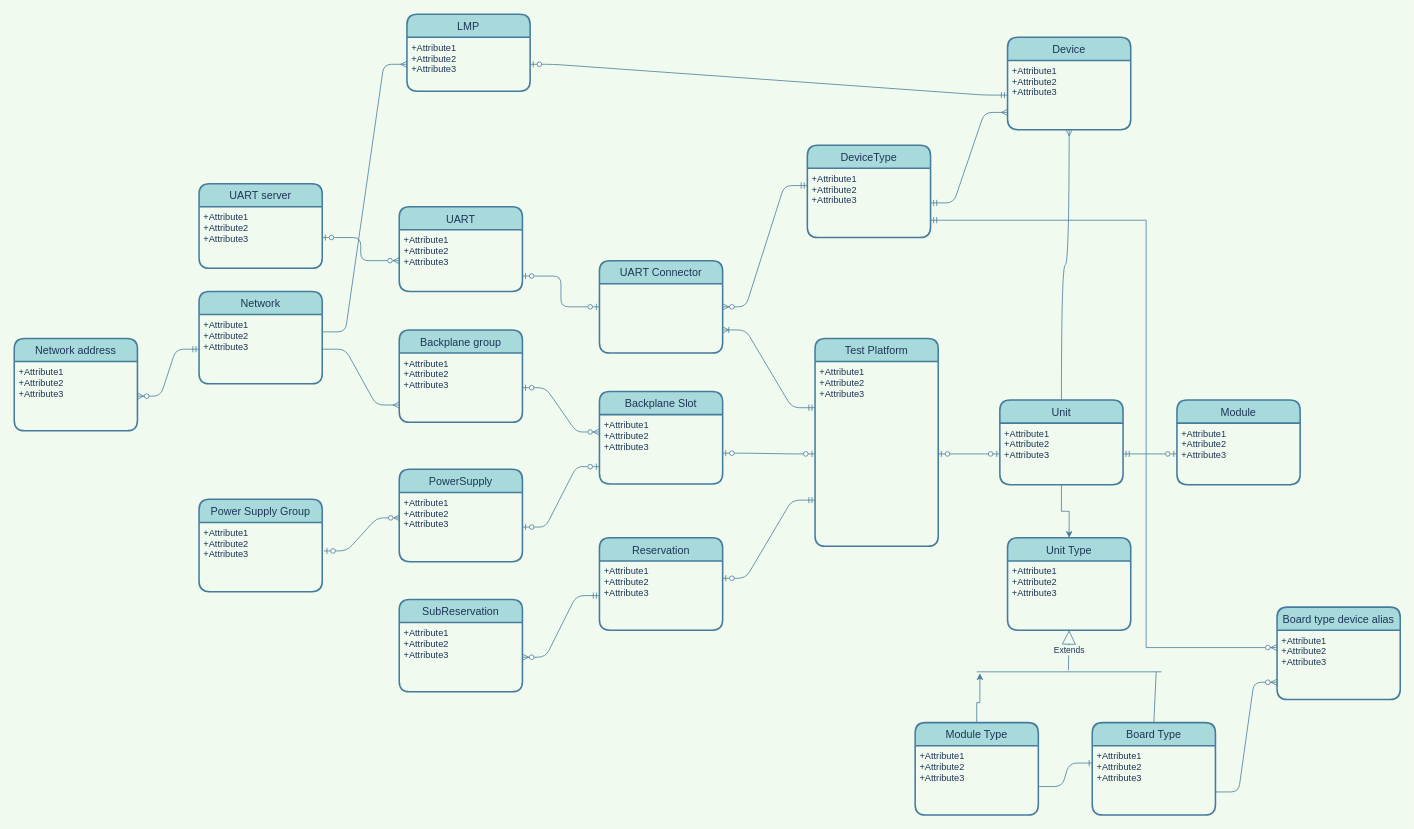
cygerior/LabManager keeps this draw.io diagram as page "Page-1" (1 of 2) of ConfManager/models/PlatformConfig.drawio. Above is the earlier version. Source tidied: cells renumbered, new cells numbered last; positions are measured from the earlier drawing's top-left corner, leaving out a move shared by most shapes. Both pictures are drawn from the tidied source at 77%, with x=0, y=0 at pixel (14, 14).
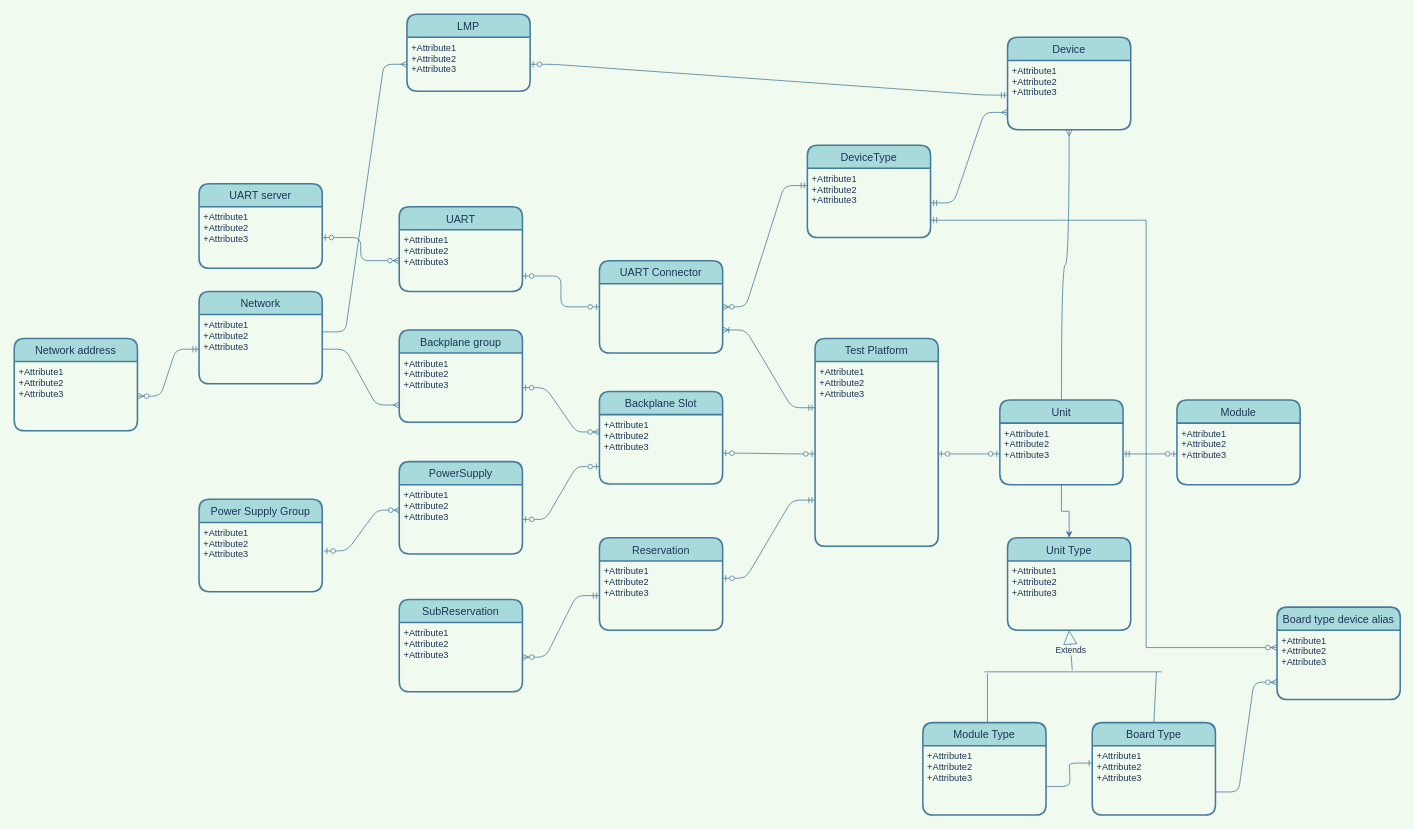
The same diagram, later.

The edit, as a diff of the source:
```diff
@@
     <mxCell id="13" value="PowerSupply" style="swimlane;horizontal=1;startSize=30;rounded=1;fontSize=14;fontStyle=0;strokeWidth=2;shadow=0;dashed=0;align=center;fillColor=#A8DADC;strokeColor=#457B9D;fontColor=#1D3557;" parent="1" vertex="1">
-      <mxGeometry x="500" y="591" width="160" height="120" as="geometry" />
+      <mxGeometry x="500" y="581" width="160" height="120" as="geometry" />
     </mxCell>
@@
     <mxCell id="51" style="line;strokeWidth=1;fillColor=none;align=left;verticalAlign=middle;spacingTop=-1;spacingLeft=3;spacingRight=3;labelPosition=right;points=[];portConstraint=eastwest;labelBackgroundColor=#F1FAEE;strokeColor=#457B9D;fontColor=#1D3557;" parent="1" vertex="1">
-      <mxGeometry x="1250" y="850" width="240" height="8" as="geometry" />
+      <mxGeometry x="1260" y="850" width="230" height="8" as="geometry" />
     </mxCell>
@@
-    <mxCell id="54" style="edgeStyle=orthogonalEdgeStyle;rounded=0;jettySize=auto;html=1;exitX=0.5;exitY=0;exitDx=0;exitDy=0;entryX=0.017;entryY=0.75;entryDx=0;entryDy=0;entryPerimeter=0;labelBackgroundColor=#F1FAEE;strokeColor=#457B9D;fontColor=#1D3557;" parent="1" edge="1" source="55" target="51">
+    <mxCell id="54" style="edgeStyle=orthogonalEdgeStyle;rounded=0;jettySize=auto;html=1;exitX=0.5;exitY=0;exitDx=0;exitDy=0;entryX=0.017;entryY=0.75;entryDx=0;entryDy=0;entryPerimeter=0;labelBackgroundColor=#F1FAEE;strokeColor=#457B9D;fontColor=#1D3557;endArrow=none;endFill=0;" parent="1" edge="1" source="55" target="51">
       <mxGeometry relative="1" as="geometry">
         <Array as="points">
-          <mxPoint x="1250" y="894" />
-          <mxPoint x="1254" y="894" />
+          <mxPoint x="1264" y="950" />
         </Array>
       </mxGeometry>
     </mxCell>
     <mxCell id="55" value="Module Type" style="swimlane;horizontal=1;startSize=30;rounded=1;fontSize=14;fontStyle=0;strokeWidth=2;shadow=0;dashed=0;align=center;fillColor=#A8DADC;strokeColor=#457B9D;fontColor=#1D3557;" parent="1" vertex="1">
-      <mxGeometry x="1170" y="920" width="160" height="120" as="geometry" />
+      <mxGeometry x="1180" y="920" width="160" height="120" as="geometry" />
     </mxCell>
```
